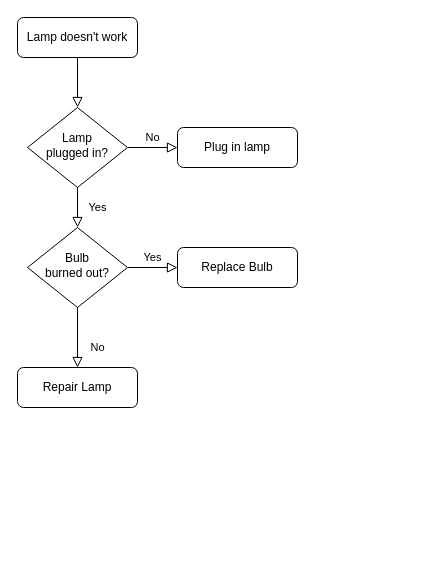
mengxiang-L/test keeps this draw.io diagram as 未命名绘图.drawio. Above is the earlier version. Source tidied: cells renumbered, new cells numbered last; positions are measured from the earlier drawing's top-left corner, leaving out a move shared by most shapes. Both pictures are drawn from the tidied source at 100%, with x=0, y=0 at pixel (17, 17).
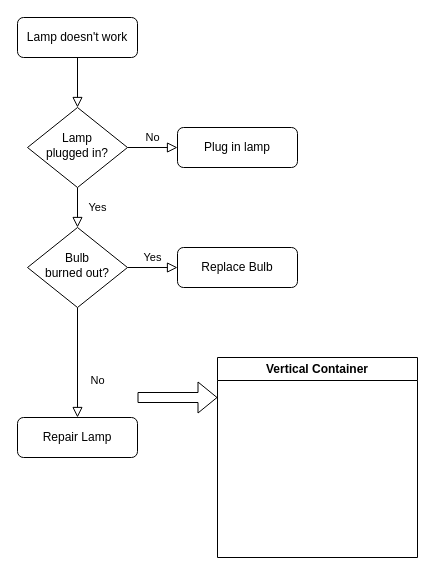
Above is the later version.

Commit message:
更新未命名绘图.drawio

Diff of the diagram source:
```diff
@@
 <mxGraphModel>
   <root>
     <mxCell id="0" />
     <mxCell id="1" parent="0" />
     <mxCell id="2" style="rounded=0;html=1;jettySize=auto;fontSize=11;endArrow=block;endFill=0;endSize=8;strokeWidth=1;shadow=0;labelBackgroundColor=none;edgeStyle=orthogonalEdgeStyle;" parent="1" edge="1" source="3" target="6">
       <mxGeometry relative="1" as="geometry" />
     </mxCell>
     <mxCell id="3" value="Lamp doesn't work" style="rounded=1;whiteSpace=wrap;html=1;fontSize=12;glass=0;strokeWidth=1;shadow=0;" parent="1" vertex="1">
       <mxGeometry width="120" height="40" as="geometry" />
     </mxCell>
     <mxCell id="4" value="Yes" style="rounded=0;html=1;jettySize=auto;fontSize=11;endArrow=block;endFill=0;endSize=8;strokeWidth=1;shadow=0;labelBackgroundColor=none;edgeStyle=orthogonalEdgeStyle;" parent="1" edge="1" source="6" target="10">
       <mxGeometry y="20" relative="1" as="geometry" />
     </mxCell>
     <mxCell id="5" value="No" style="edgeStyle=orthogonalEdgeStyle;rounded=0;html=1;jettySize=auto;fontSize=11;endArrow=block;endFill=0;endSize=8;strokeWidth=1;shadow=0;labelBackgroundColor=none;" parent="1" edge="1" source="6" target="7">
       <mxGeometry y="10" relative="1" as="geometry" />
     </mxCell>
-    <mxCell id="6" value="Lamp&lt;br&gt;plugged in?" style="rhombus;whiteSpace=wrap;html=1;shadow=0;fontFamily=Helvetica;fontSize=12;align=center;strokeWidth=1;spacing=6;spacingTop=-4;" parent="1" vertex="1">
+    <mxCell id="6" value="Lamp&lt;br&gt;plugged in?" style="rhombus;whiteSpace=wrap;html=1;shadow=0;fontFamily=Helvetica;fontSize=12;align=center;strokeWidth=1;spacing=6;spacingTop=-4;direction=west;" parent="1" vertex="1">
       <mxGeometry x="10" y="90" width="100" height="80" as="geometry" />
     </mxCell>
     <mxCell id="7" value="Plug in lamp" style="rounded=1;whiteSpace=wrap;html=1;fontSize=12;glass=0;strokeWidth=1;shadow=0;" parent="1" vertex="1">
       <mxGeometry x="160" y="110" width="120" height="40" as="geometry" />
     </mxCell>
     <mxCell id="8" value="No" style="rounded=0;html=1;jettySize=auto;fontSize=11;endArrow=block;endFill=0;endSize=8;strokeWidth=1;shadow=0;labelBackgroundColor=none;edgeStyle=orthogonalEdgeStyle;" parent="1" edge="1" source="10" target="11">
       <mxGeometry x="0.33" y="20" relative="1" as="geometry" />
     </mxCell>
     <mxCell id="9" value="Yes" style="edgeStyle=orthogonalEdgeStyle;rounded=0;html=1;jettySize=auto;fontSize=11;endArrow=block;endFill=0;endSize=8;strokeWidth=1;shadow=0;labelBackgroundColor=none;" parent="1" edge="1" source="10" target="12">
       <mxGeometry y="10" relative="1" as="geometry" />
     </mxCell>
     <mxCell id="10" value="Bulb&lt;br&gt;burned out?" style="rhombus;whiteSpace=wrap;html=1;shadow=0;fontFamily=Helvetica;fontSize=12;align=center;strokeWidth=1;spacing=6;spacingTop=-4;" parent="1" vertex="1">
       <mxGeometry x="10" y="210" width="100" height="80" as="geometry" />
     </mxCell>
     <mxCell id="11" value="Repair Lamp" style="rounded=1;whiteSpace=wrap;html=1;fontSize=12;glass=0;strokeWidth=1;shadow=0;" parent="1" vertex="1">
-      <mxGeometry y="350" width="120" height="40" as="geometry" />
+      <mxGeometry y="400" width="120" height="40" as="geometry" />
     </mxCell>
     <mxCell id="12" value="Replace Bulb" style="rounded=1;whiteSpace=wrap;html=1;fontSize=12;glass=0;strokeWidth=1;shadow=0;" parent="1" vertex="1">
       <mxGeometry x="160" y="230" width="120" height="40" as="geometry" />
     </mxCell>
+    <mxCell id="13" style="shape=flexArrow;endArrow=classic;html=1;rounded=0;" parent="1" edge="1">
+      <mxGeometry relative="1" as="geometry">
+        <mxPoint x="120" y="380" as="sourcePoint" />
+        <mxPoint x="200" y="380" as="targetPoint" />
+      </mxGeometry>
+    </mxCell>
+    <mxCell id="14" value="Vertical Container" style="swimlane;whiteSpace=wrap;html=1;" parent="1" vertex="1">
+      <mxGeometry x="200" y="340" width="200" height="200" as="geometry" />
+    </mxCell>
   </root>
 </mxGraphModel>
```
